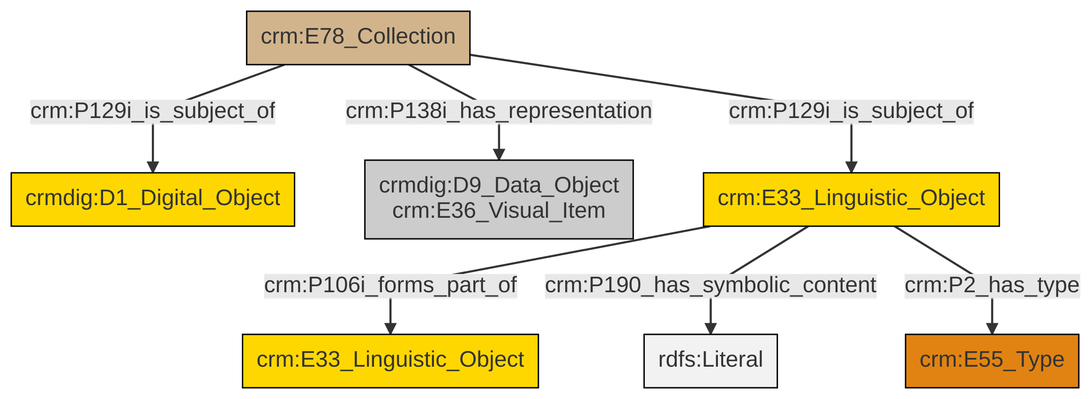
Earlier version of the Mermaid export et/archivalCSV/ttl/mmd/png/archival_docs.png (swiss-art-research-net/docs.swissartresearch). Its source is kept beside it as et/archivalCSV/ttl/mmd/archival_docs.ttl.mmd. The source it was exported from:
```mermaid
graph TD
classDef Literal fill:#f2f2f2,stroke:#000000;
classDef CRM_Entity fill:#FFFFFF,stroke:#000000;
classDef Temporal_Entity fill:#00C9E6, stroke:#000000;
classDef Type fill:#E18312, stroke:#000000;
classDef Time-Span fill:#2C9C91, stroke:#000000;
classDef Appellation fill:#FFEB7F, stroke:#000000;
classDef Place fill:#008836, stroke:#000000;
classDef Persistent_Item fill:#B266B2, stroke:#000000;
classDef Conceptual_Object fill:#FFD700, stroke:#000000;
classDef Physical_Thing fill:#D2B48C, stroke:#000000;
classDef Actor fill:#f58aad, stroke:#000000;
classDef PC_Classes fill:#4ce600, stroke:#000000;
classDef Multi fill:#cccccc,stroke:#000000;

5["crm:E78_Collection"]:::Physical_Thing -->|crm:P129i_is_subject_of| 3["crmdig:D1_Digital_Object"]:::Conceptual_Object
9["crm:E33_Linguistic_Object"]:::Conceptual_Object -->|crm:P106i_forms_part_of| 10["crm:E33_Linguistic_Object"]:::Conceptual_Object
5["crm:E78_Collection"]:::Physical_Thing -->|crm:P138i_has_representation| 6["crmdig:D9_Data_Object<br>crm:E36_Visual_Item"]:::Multi
9["crm:E33_Linguistic_Object"]:::Conceptual_Object -->|crm:P190_has_symbolic_content| 11[rdfs:Literal]:::Literal
9["crm:E33_Linguistic_Object"]:::Conceptual_Object -->|crm:P2_has_type| 0["crm:E55_Type"]:::Type
5["crm:E78_Collection"]:::Physical_Thing -->|crm:P129i_is_subject_of| 9["crm:E33_Linguistic_Object"]:::Conceptual_Object
```
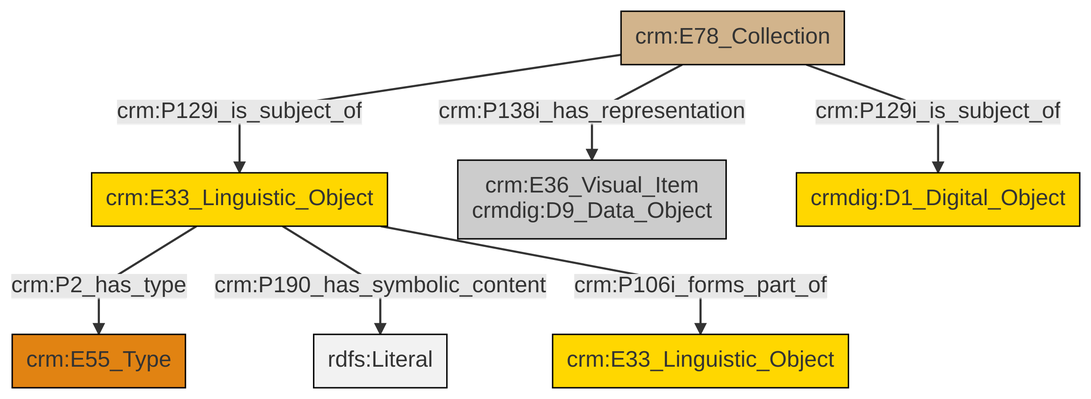
After the change.

Change to the diagram source:
```diff
@@ -13,9 +13,9 @@
 classDef PC_Classes fill:#4ce600, stroke:#000000;
 classDef Multi fill:#cccccc,stroke:#000000;
 
-5["crm:E78_Collection"]:::Physical_Thing -->|crm:P129i_is_subject_of| 3["crmdig:D1_Digital_Object"]:::Conceptual_Object
-9["crm:E33_Linguistic_Object"]:::Conceptual_Object -->|crm:P106i_forms_part_of| 10["crm:E33_Linguistic_Object"]:::Conceptual_Object
-5["crm:E78_Collection"]:::Physical_Thing -->|crm:P138i_has_representation| 6["crmdig:D9_Data_Object<br>crm:E36_Visual_Item"]:::Multi
-9["crm:E33_Linguistic_Object"]:::Conceptual_Object -->|crm:P190_has_symbolic_content| 11[rdfs:Literal]:::Literal
-9["crm:E33_Linguistic_Object"]:::Conceptual_Object -->|crm:P2_has_type| 0["crm:E55_Type"]:::Type
-5["crm:E78_Collection"]:::Physical_Thing -->|crm:P129i_is_subject_of| 9["crm:E33_Linguistic_Object"]:::Conceptual_Object
+0["crm:E33_Linguistic_Object"]:::Conceptual_Object -->|crm:P2_has_type| 1["crm:E55_Type"]:::Type
+0["crm:E33_Linguistic_Object"]:::Conceptual_Object -->|crm:P190_has_symbolic_content| 6[rdfs:Literal]:::Literal
+7["crm:E78_Collection"]:::Physical_Thing -->|crm:P138i_has_representation| 2["crm:E36_Visual_Item<br>crmdig:D9_Data_Object"]:::Multi
+7["crm:E78_Collection"]:::Physical_Thing -->|crm:P129i_is_subject_of| 9["crmdig:D1_Digital_Object"]:::Conceptual_Object
+0["crm:E33_Linguistic_Object"]:::Conceptual_Object -->|crm:P106i_forms_part_of| 4["crm:E33_Linguistic_Object"]:::Conceptual_Object
+7["crm:E78_Collection"]:::Physical_Thing -->|crm:P129i_is_subject_of| 0["crm:E33_Linguistic_Object"]:::Conceptual_Object
```
